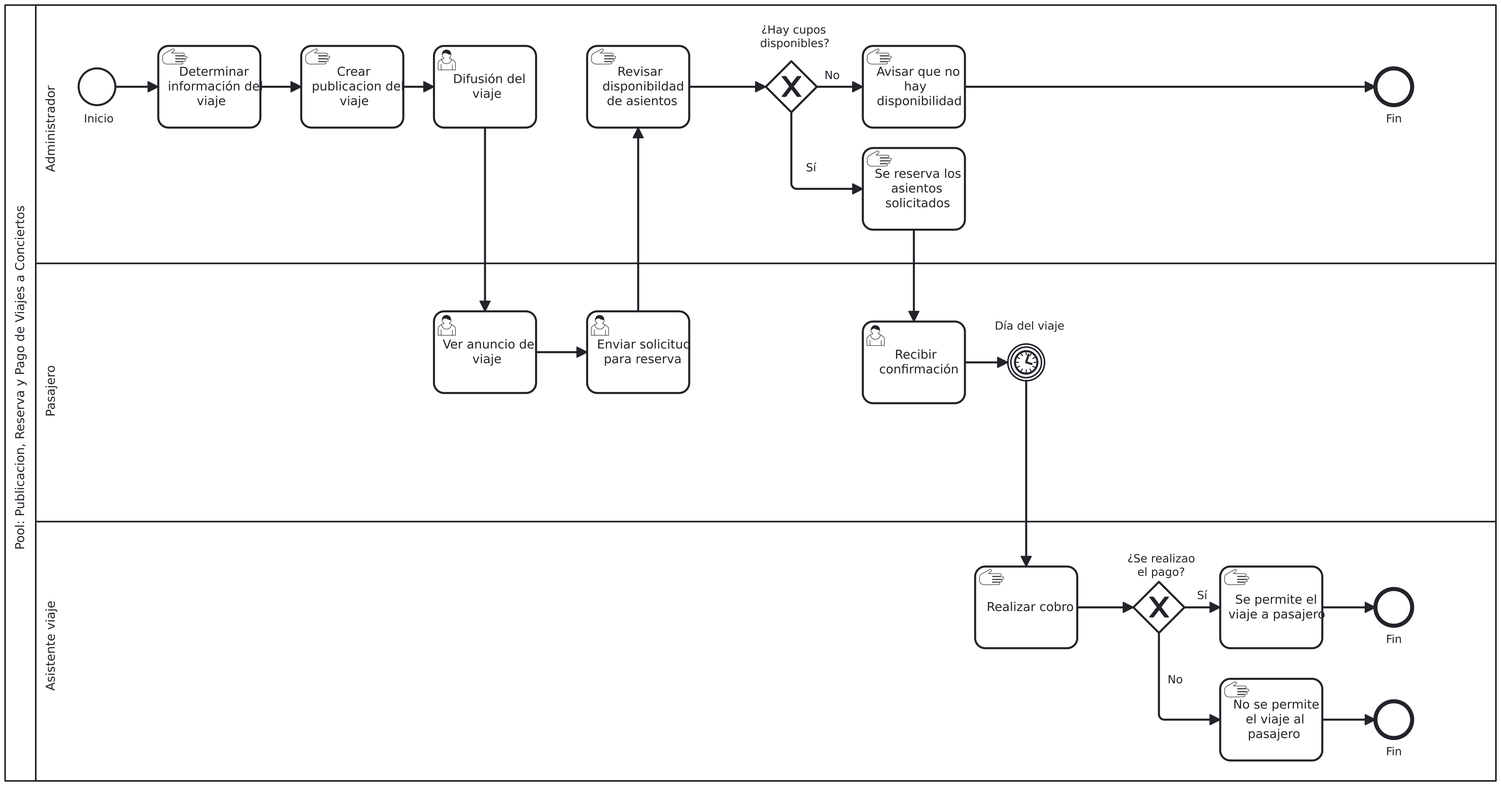
This is diagramas/as-is.png from IngReqGrupo2/Poryecto_TransporteHaciaConcierto, a BPMN export, as it was before one commit. Its source is kept beside it as diagramas/as-is.bpmn. Ids are renumbered.
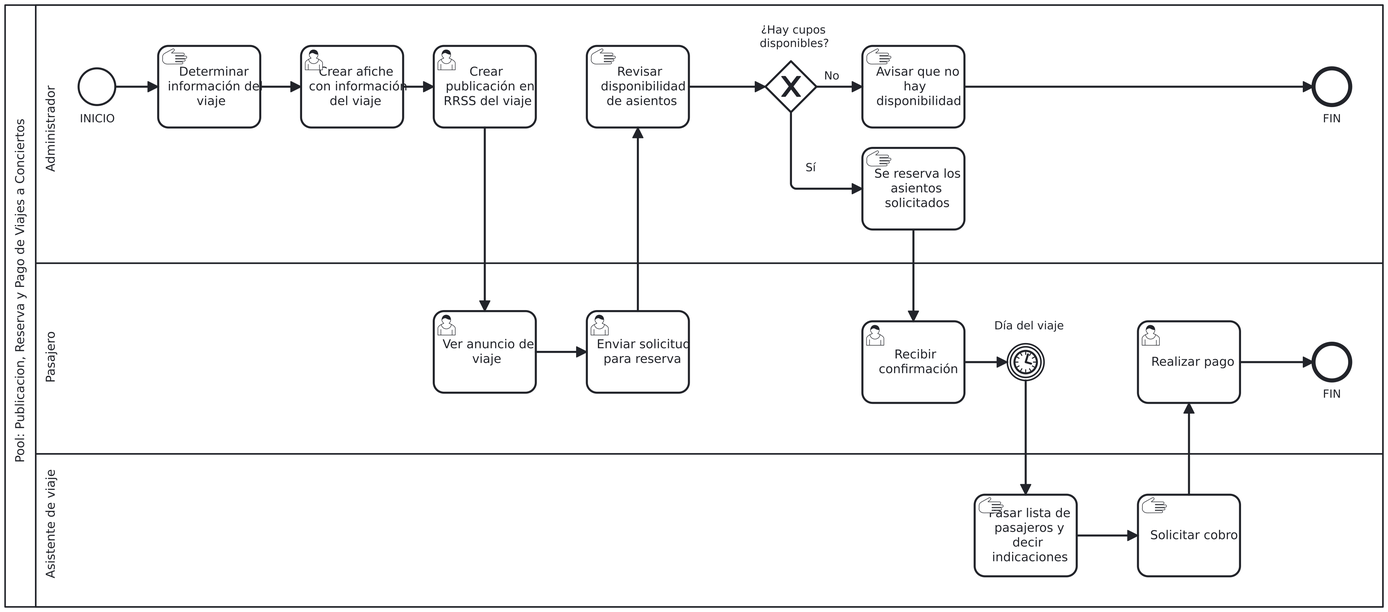
The same file after the commit.

Commit message:
feat: Corrección de los diagramas AS-IS y TO-BE.

The edit, as a diff of the source:
```diff
@@ -1,4 +1,4 @@
-<bpmn:definitions xmlns:xsi="http://www.w3.org/2001/XMLSchema-instance" xmlns:bpmn="http://www.omg.org/spec/BPMN/20100524/MODEL" xmlns:bpmndi="http://www.omg.org/spec/BPMN/20100524/DI" xmlns:dc="http://www.omg.org/spec/DD/20100524/DC" xmlns:di="http://www.omg.org/spec/DD/20100524/DI" id="Definitions_n1" targetNamespace="http://bpmn.io/schema/bpmn" exporter="bpmn-js (https://demo.bpmn.io)" exporterVersion="18.29.0">
+<bpmn:definitions xmlns:xsi="http://www.w3.org/2001/XMLSchema-instance" xmlns:bpmn="http://www.omg.org/spec/BPMN/20100524/MODEL" xmlns:bpmndi="http://www.omg.org/spec/BPMN/20100524/DI" xmlns:dc="http://www.omg.org/spec/DD/20100524/DC" xmlns:di="http://www.omg.org/spec/DD/20100524/DI" id="Definitions_n1" targetNamespace="http://bpmn.io/schema/bpmn" exporter="bpmn-js (https://demo.bpmn.io)" exporterVersion="18.30.1">
   <bpmn:collaboration id="Collaboration_n2">
     <bpmn:participant id="Participant_n3" name="Pool: Publicacion, Reserva y Pago de Viajes a Conciertos" processRef="Process_n4" />
   </bpmn:collaboration>
@@ -7,13 +7,13 @@
       <bpmn:lane id="Lane_n6" name="Administrador">
         <bpmn:flowNodeRef>Event_n7</bpmn:flowNodeRef>
         <bpmn:flowNodeRef>Activity_n8</bpmn:flowNodeRef>
-        <bpmn:flowNodeRef>Activity_n9</bpmn:flowNodeRef>
         <bpmn:flowNodeRef>Activity_n10</bpmn:flowNodeRef>
         <bpmn:flowNodeRef>Gateway_n11</bpmn:flowNodeRef>
         <bpmn:flowNodeRef>Activity_n12</bpmn:flowNodeRef>
         <bpmn:flowNodeRef>Activity_n13</bpmn:flowNodeRef>
         <bpmn:flowNodeRef>Activity_n14</bpmn:flowNodeRef>
         <bpmn:flowNodeRef>Event_n15</bpmn:flowNodeRef>
+        <bpmn:flowNodeRef>Activity_n9</bpmn:flowNodeRef>
         <bpmn:childLaneSet id="LaneSet_n16" />
       </bpmn:lane>
       <bpmn:lane id="Lane_n17" name="Pasajero">
@@ -21,28 +21,22 @@
         <bpmn:flowNodeRef>Event_n19</bpmn:flowNodeRef>
         <bpmn:flowNodeRef>Activity_n20</bpmn:flowNodeRef>
         <bpmn:flowNodeRef>Activity_n21</bpmn:flowNodeRef>
+        <bpmn:flowNodeRef>Activity_n61</bpmn:flowNodeRef>
+        <bpmn:flowNodeRef>Event_n62</bpmn:flowNodeRef>
       </bpmn:lane>
-      <bpmn:lane id="Lane_n22" name="Asistente viaje">
+      <bpmn:lane id="Lane_n22" name="Asistente de viaje">
         <bpmn:flowNodeRef>Activity_n23</bpmn:flowNodeRef>
-        <bpmn:flowNodeRef>Gateway_n24</bpmn:flowNodeRef>
-        <bpmn:flowNodeRef>Activity_n25</bpmn:flowNodeRef>
-        <bpmn:flowNodeRef>Activity_n26</bpmn:flowNodeRef>
-        <bpmn:flowNodeRef>Event_n27</bpmn:flowNodeRef>
-        <bpmn:flowNodeRef>Event_n28</bpmn:flowNodeRef>
+        <bpmn:flowNodeRef>Activity_n63</bpmn:flowNodeRef>
       </bpmn:lane>
     </bpmn:laneSet>
-    <bpmn:startEvent id="Event_n7" name="Inicio">
+    <bpmn:startEvent id="Event_n7" name="INICIO">
       <bpmn:outgoing>Flow_n29</bpmn:outgoing>
     </bpmn:startEvent>
     <bpmn:manualTask id="Activity_n8" name="Determinar información del viaje">
       <bpmn:incoming>Flow_n29</bpmn:incoming>
       <bpmn:outgoing>Flow_n30</bpmn:outgoing>
     </bpmn:manualTask>
-    <bpmn:manualTask id="Activity_n9" name="Crear publicacion del viaje">
-      <bpmn:incoming>Flow_n30</bpmn:incoming>
-      <bpmn:outgoing>Flow_n31</bpmn:outgoing>
-    </bpmn:manualTask>
-    <bpmn:manualTask id="Activity_n10" name="Revisar disponibildad de asientos">
+    <bpmn:manualTask id="Activity_n10" name="Revisar disponibilidad de asientos">
       <bpmn:incoming>Flow_n32</bpmn:incoming>
       <bpmn:outgoing>Flow_n33</bpmn:outgoing>
     </bpmn:manualTask>
@@ -59,11 +53,7 @@
       <bpmn:incoming>Flow_n35</bpmn:incoming>
       <bpmn:outgoing>Flow_n37</bpmn:outgoing>
     </bpmn:manualTask>
-    <bpmn:manualTask id="Activity_n23" name="Realizar cobro">
-      <bpmn:incoming>Flow_n38</bpmn:incoming>
-      <bpmn:outgoing>Flow_n39</bpmn:outgoing>
-    </bpmn:manualTask>
-    <bpmn:userTask id="Activity_n14" name="Difusión del viaje">
+    <bpmn:userTask id="Activity_n14" name="Crear publicación en RRSS del viaje">
       <bpmn:incoming>Flow_n31</bpmn:incoming>
       <bpmn:outgoing>Flow_n40</bpmn:outgoing>
     </bpmn:userTask>
@@ -71,33 +61,11 @@
       <bpmn:incoming>Flow_n41</bpmn:incoming>
       <bpmn:outgoing>Flow_n32</bpmn:outgoing>
     </bpmn:userTask>
-    <bpmn:exclusiveGateway id="Gateway_n24" name="¿Se realizao el pago?">
-      <bpmn:incoming>Flow_n39</bpmn:incoming>
-      <bpmn:outgoing>Flow_n42</bpmn:outgoing>
-      <bpmn:outgoing>Flow_n43</bpmn:outgoing>
-    </bpmn:exclusiveGateway>
-    <bpmn:manualTask id="Activity_n25" name="Se permite el viaje a pasajero">
-      <bpmn:incoming>Flow_n42</bpmn:incoming>
-      <bpmn:outgoing>Flow_n44</bpmn:outgoing>
-    </bpmn:manualTask>
-    <bpmn:manualTask id="Activity_n26" name="No se permite el viaje al pasajero">
-      <bpmn:incoming>Flow_n43</bpmn:incoming>
-      <bpmn:outgoing>Flow_n45</bpmn:outgoing>
-    </bpmn:manualTask>
-    <bpmn:endEvent id="Event_n27" name="Fin">
-      <bpmn:incoming>Flow_n44</bpmn:incoming>
-    </bpmn:endEvent>
-    <bpmn:endEvent id="Event_n28" name="Fin">
-      <bpmn:incoming>Flow_n45</bpmn:incoming>
-    </bpmn:endEvent>
     <bpmn:intermediateCatchEvent id="Event_n19" name="Día del viaje">
       <bpmn:incoming>Flow_n46</bpmn:incoming>
       <bpmn:outgoing>Flow_n38</bpmn:outgoing>
       <bpmn:timerEventDefinition id="TimerEventDefinition_n47" />
     </bpmn:intermediateCatchEvent>
-    <bpmn:endEvent id="Event_n15" name="Fin">
-      <bpmn:incoming>Flow_n36</bpmn:incoming>
-    </bpmn:endEvent>
     <bpmn:userTask id="Activity_n20" name="Ver anuncio del viaje">
       <bpmn:incoming>Flow_n40</bpmn:incoming>
       <bpmn:outgoing>Flow_n41</bpmn:outgoing>
@@ -111,53 +79,71 @@
     <bpmn:sequenceFlow id="Flow_n31" sourceRef="Activity_n9" targetRef="Activity_n14" />
     <bpmn:sequenceFlow id="Flow_n32" sourceRef="Activity_n18" targetRef="Activity_n10" />
     <bpmn:sequenceFlow id="Flow_n33" sourceRef="Activity_n10" targetRef="Gateway_n11" />
-    <bpmn:sequenceFlow id="Flow_n34" name="Sí" sourceRef="Gateway_n11" targetRef="Activity_n12" />
-    <bpmn:sequenceFlow id="Flow_n35" name="No" sourceRef="Gateway_n11" targetRef="Activity_n13" />
+    <bpmn:sequenceFlow id="Flow_n34" name="NO" sourceRef="Gateway_n11" targetRef="Activity_n12" />
+    <bpmn:sequenceFlow id="Flow_n35" name="SI" sourceRef="Gateway_n11" targetRef="Activity_n13" />
     <bpmn:sequenceFlow id="Flow_n36" sourceRef="Activity_n12" targetRef="Event_n15" />
     <bpmn:sequenceFlow id="Flow_n37" sourceRef="Activity_n13" targetRef="Activity_n21" />
     <bpmn:sequenceFlow id="Flow_n38" sourceRef="Event_n19" targetRef="Activity_n23" />
-    <bpmn:sequenceFlow id="Flow_n39" sourceRef="Activity_n23" targetRef="Gateway_n24" />
     <bpmn:sequenceFlow id="Flow_n40" sourceRef="Activity_n14" targetRef="Activity_n20" />
     <bpmn:sequenceFlow id="Flow_n41" sourceRef="Activity_n20" targetRef="Activity_n18" />
-    <bpmn:sequenceFlow id="Flow_n42" name="Sí" sourceRef="Gateway_n24" targetRef="Activity_n25" />
-    <bpmn:sequenceFlow id="Flow_n43" name="No" sourceRef="Gateway_n24" targetRef="Activity_n26" />
-    <bpmn:sequenceFlow id="Flow_n44" sourceRef="Activity_n25" targetRef="Event_n27" />
-    <bpmn:sequenceFlow id="Flow_n45" sourceRef="Activity_n26" targetRef="Event_n28" />
     <bpmn:sequenceFlow id="Flow_n46" sourceRef="Activity_n21" targetRef="Event_n19" />
+    <bpmn:userTask id="Activity_n61" name="Realizar pago">
+      <bpmn:incoming>Flow_n64</bpmn:incoming>
+      <bpmn:outgoing>Flow_n65</bpmn:outgoing>
+    </bpmn:userTask>
+    <bpmn:sequenceFlow id="Flow_n65" sourceRef="Activity_n61" targetRef="Event_n62" />
+    <bpmn:sequenceFlow id="Flow_n64" sourceRef="Activity_n63" targetRef="Activity_n61" />
+    <bpmn:endEvent id="Event_n62" name="FIN">
+      <bpmn:incoming>Flow_n65</bpmn:incoming>
+    </bpmn:endEvent>
+    <bpmn:endEvent id="Event_n15" name="FIN">
+      <bpmn:incoming>Flow_n36</bpmn:incoming>
+    </bpmn:endEvent>
+    <bpmn:userTask id="Activity_n9" name="Crear afiche con información del viaje">
+      <bpmn:incoming>Flow_n30</bpmn:incoming>
+      <bpmn:outgoing>Flow_n31</bpmn:outgoing>
+    </bpmn:userTask>
+    <bpmn:manualTask id="Activity_n23" name="Pasar lista de pasajeros y decir indicaciones">
+      <bpmn:incoming>Flow_n38</bpmn:incoming>
+      <bpmn:outgoing>Flow_n66</bpmn:outgoing>
+    </bpmn:manualTask>
+    <bpmn:manualTask id="Activity_n63" name="Solicitar cobro">
+      <bpmn:incoming>Flow_n66</bpmn:incoming>
+      <bpmn:outgoing>Flow_n64</bpmn:outgoing>
+    </bpmn:manualTask>
+    <bpmn:sequenceFlow id="Flow_n66" sourceRef="Activity_n23" targetRef="Activity_n63" />
   </bpmn:process>
   <bpmndi:BPMNDiagram id="BPMNDiagram_1">
     <bpmndi:BPMNPlane id="BPMNPlane_1" bpmnElement="Collaboration_n2">
       <bpmndi:BPMNShape id="Participant_n3_di" bpmnElement="Participant_n3" isHorizontal="true">
-        <dc:Bounds x="160" y="120" width="1460" height="760" />
+        <dc:Bounds x="160" y="120" width="1350" height="590" />
+        <bpmndi:BPMNLabel />
+      </bpmndi:BPMNShape>
+      <bpmndi:BPMNShape id="Lane_n22_di" bpmnElement="Lane_n22" isHorizontal="true">
+        <dc:Bounds x="190" y="560" width="1320" height="150" />
+        <bpmndi:BPMNLabel />
+      </bpmndi:BPMNShape>
+      <bpmndi:BPMNShape id="Lane_n17_di" bpmnElement="Lane_n17" isHorizontal="true">
+        <dc:Bounds x="190" y="373" width="1320" height="187" />
         <bpmndi:BPMNLabel />
       </bpmndi:BPMNShape>
       <bpmndi:BPMNShape id="Lane_n6_di" bpmnElement="Lane_n6" isHorizontal="true">
-        <dc:Bounds x="190" y="120" width="1430" height="253" />
-        <bpmndi:BPMNLabel />
-      </bpmndi:BPMNShape>
-      <bpmndi:BPMNShape id="Lane_n17_di" bpmnElement="Lane_n17" isHorizontal="true">
-        <dc:Bounds x="190" y="373" width="1430" height="253" />
-        <bpmndi:BPMNLabel />
-      </bpmndi:BPMNShape>
-      <bpmndi:BPMNShape id="Lane_n22_di" bpmnElement="Lane_n22" isHorizontal="true">
-        <dc:Bounds x="190" y="626" width="1430" height="254" />
+        <dc:Bounds x="190" y="120" width="1320" height="253" />
         <bpmndi:BPMNLabel />
       </bpmndi:BPMNShape>
       <bpmndi:BPMNShape id="BPMNShape_n48" bpmnElement="Event_n7">
         <dc:Bounds x="232" y="182" width="36" height="36" />
         <bpmndi:BPMNLabel>
-          <dc:Bounds x="237" y="225" width="26" height="14" />
+          <dc:Bounds x="233" y="225" width="34" height="14" />
         </bpmndi:BPMNLabel>
       </bpmndi:BPMNShape>
       <bpmndi:BPMNShape id="BPMNShape_n49" bpmnElement="Activity_n8">
         <dc:Bounds x="310" y="160" width="100" height="80" />
         <bpmndi:BPMNLabel />
       </bpmndi:BPMNShape>
-      <bpmndi:BPMNShape id="BPMNShape_n50" bpmnElement="Activity_n9">
-        <dc:Bounds x="450" y="160" width="100" height="80" />
-      </bpmndi:BPMNShape>
       <bpmndi:BPMNShape id="BPMNShape_n51" bpmnElement="Activity_n10">
         <dc:Bounds x="730" y="160" width="100" height="80" />
+        <bpmndi:BPMNLabel />
       </bpmndi:BPMNShape>
       <bpmndi:BPMNShape id="BPMNShape_n52" bpmnElement="Gateway_n11" isMarkerVisible="true">
         <dc:Bounds x="905" y="175" width="50" height="50" />
@@ -173,38 +159,12 @@
         <dc:Bounds x="1000" y="260" width="100" height="80" />
         <bpmndi:BPMNLabel />
       </bpmndi:BPMNShape>
-      <bpmndi:BPMNShape id="BPMNShape_n55" bpmnElement="Activity_n23">
-        <dc:Bounds x="1110" y="670" width="100" height="80" />
-      </bpmndi:BPMNShape>
       <bpmndi:BPMNShape id="Activity_0b04aei_di" bpmnElement="Activity_n14">
         <dc:Bounds x="580" y="160" width="100" height="80" />
+        <bpmndi:BPMNLabel />
       </bpmndi:BPMNShape>
       <bpmndi:BPMNShape id="Activity_1jx77d9_di" bpmnElement="Activity_n18">
         <dc:Bounds x="730" y="420" width="100" height="80" />
-      </bpmndi:BPMNShape>
-      <bpmndi:BPMNShape id="BPMNShape_n56" bpmnElement="Gateway_n24" isMarkerVisible="true">
-        <dc:Bounds x="1265" y="685" width="50" height="50" />
-        <bpmndi:BPMNLabel>
-          <dc:Bounds x="1253" y="656" width="74" height="27" />
-        </bpmndi:BPMNLabel>
-      </bpmndi:BPMNShape>
-      <bpmndi:BPMNShape id="BPMNShape_n57" bpmnElement="Activity_n25">
-        <dc:Bounds x="1350" y="670" width="100" height="80" />
-      </bpmndi:BPMNShape>
-      <bpmndi:BPMNShape id="BPMNShape_n58" bpmnElement="Activity_n26">
-        <dc:Bounds x="1350" y="780" width="100" height="80" />
-      </bpmndi:BPMNShape>
-      <bpmndi:BPMNShape id="BPMNShape_n59" bpmnElement="Event_n27">
-        <dc:Bounds x="1502" y="692" width="36" height="36" />
-        <bpmndi:BPMNLabel>
-          <dc:Bounds x="1512" y="735" width="16" height="14" />
-        </bpmndi:BPMNLabel>
-      </bpmndi:BPMNShape>
-      <bpmndi:BPMNShape id="BPMNShape_n60" bpmnElement="Event_n28">
-        <dc:Bounds x="1502" y="802" width="36" height="36" />
-        <bpmndi:BPMNLabel>
-          <dc:Bounds x="1512" y="845" width="16" height="14" />
-        </bpmndi:BPMNLabel>
       </bpmndi:BPMNShape>
       <bpmndi:BPMNShape id="Event_n19_di" bpmnElement="Event_n19">
         <dc:Bounds x="1142" y="452" width="36" height="36" />
@@ -212,17 +172,37 @@
           <dc:Bounds x="1129" y="428" width="61" height="14" />
         </bpmndi:BPMNLabel>
       </bpmndi:BPMNShape>
-      <bpmndi:BPMNShape id="Event_n15_di" bpmnElement="Event_n15">
-        <dc:Bounds x="1502" y="182" width="36" height="36" />
-        <bpmndi:BPMNLabel>
-          <dc:Bounds x="1512" y="225" width="16" height="14" />
-        </bpmndi:BPMNLabel>
-      </bpmndi:BPMNShape>
       <bpmndi:BPMNShape id="Activity_0opr8by_di" bpmnElement="Activity_n20">
         <dc:Bounds x="580" y="420" width="100" height="80" />
       </bpmndi:BPMNShape>
       <bpmndi:BPMNShape id="Activity_1xe1p27_di" bpmnElement="Activity_n21">
         <dc:Bounds x="1000" y="430" width="100" height="80" />
+      </bpmndi:BPMNShape>
+      <bpmndi:BPMNShape id="Activity_0cm1nwl_di" bpmnElement="Activity_n61">
+        <dc:Bounds x="1270" y="430" width="100" height="80" />
+      </bpmndi:BPMNShape>
+      <bpmndi:BPMNShape id="Event_n62_di" bpmnElement="Event_n62">
+        <dc:Bounds x="1442" y="452" width="36" height="36" />
+        <bpmndi:BPMNLabel>
+          <dc:Bounds x="1451" y="495" width="18" height="14" />
+        </bpmndi:BPMNLabel>
+      </bpmndi:BPMNShape>
+      <bpmndi:BPMNShape id="Event_n15_di" bpmnElement="Event_n15">
+        <dc:Bounds x="1442" y="182" width="36" height="36" />
+        <bpmndi:BPMNLabel>
+          <dc:Bounds x="1451" y="225" width="18" height="14" />
+        </bpmndi:BPMNLabel>
+      </bpmndi:BPMNShape>
+      <bpmndi:BPMNShape id="Activity_1ppp98l_di" bpmnElement="Activity_n9">
+        <dc:Bounds x="450" y="160" width="100" height="80" />
+        <bpmndi:BPMNLabel />
+      </bpmndi:BPMNShape>
+      <bpmndi:BPMNShape id="BPMNShape_n55" bpmnElement="Activity_n23">
+        <dc:Bounds x="1110" y="600" width="100" height="80" />
+        <bpmndi:BPMNLabel />
+      </bpmndi:BPMNShape>
+      <bpmndi:BPMNShape id="Activity_158idlp_di" bpmnElement="Activity_n63">
+        <dc:Bounds x="1270" y="600" width="100" height="80" />
       </bpmndi:BPMNShape>
       <bpmndi:BPMNEdge id="Flow_n29_di" bpmnElement="Flow_n29">
         <di:waypoint x="268" y="200" />
@@ -236,14 +216,6 @@
         <di:waypoint x="550" y="200" />
         <di:waypoint x="580" y="200" />
       </bpmndi:BPMNEdge>
-      <bpmndi:BPMNEdge id="Flow_n40_di" bpmnElement="Flow_n40">
-        <di:waypoint x="630" y="240" />
-        <di:waypoint x="630" y="420" />
-      </bpmndi:BPMNEdge>
-      <bpmndi:BPMNEdge id="Flow_n41_di" bpmnElement="Flow_n41">
-        <di:waypoint x="680" y="460" />
-        <di:waypoint x="730" y="460" />
-      </bpmndi:BPMNEdge>
       <bpmndi:BPMNEdge id="Flow_n32_di" bpmnElement="Flow_n32">
         <di:waypoint x="780" y="420" />
         <di:waypoint x="780" y="240" />
@@ -256,7 +228,7 @@
         <di:waypoint x="955" y="200" />
         <di:waypoint x="1000" y="200" />
         <bpmndi:BPMNLabel>
-          <dc:Bounds x="944" y="273" width="11" height="14" />
+          <dc:Bounds x="969" y="182" width="17" height="14" />
         </bpmndi:BPMNLabel>
       </bpmndi:BPMNEdge>
       <bpmndi:BPMNEdge id="Flow_n35_di" bpmnElement="Flow_n35">
@@ -264,12 +236,12 @@
         <di:waypoint x="930" y="300" />
         <di:waypoint x="1000" y="300" />
         <bpmndi:BPMNLabel>
-          <dc:Bounds x="962" y="182.5" width="15" height="14" />
+          <dc:Bounds x="940" y="259.5" width="11" height="14" />
         </bpmndi:BPMNLabel>
       </bpmndi:BPMNEdge>
       <bpmndi:BPMNEdge id="Flow_n36_di" bpmnElement="Flow_n36">
         <di:waypoint x="1100" y="200" />
-        <di:waypoint x="1502" y="200" />
+        <di:waypoint x="1442" y="200" />
       </bpmndi:BPMNEdge>
       <bpmndi:BPMNEdge id="Flow_n37_di" bpmnElement="Flow_n37">
         <di:waypoint x="1050" y="340" />
@@ -277,39 +249,32 @@
       </bpmndi:BPMNEdge>
       <bpmndi:BPMNEdge id="Flow_n38_di" bpmnElement="Flow_n38">
         <di:waypoint x="1160" y="488" />
-        <di:waypoint x="1160" y="670" />
+        <di:waypoint x="1160" y="600" />
       </bpmndi:BPMNEdge>
-      <bpmndi:BPMNEdge id="Flow_n39_di" bpmnElement="Flow_n39">
-        <di:waypoint x="1210" y="710" />
-        <di:waypoint x="1265" y="710" />
+      <bpmndi:BPMNEdge id="Flow_n40_di" bpmnElement="Flow_n40">
+        <di:waypoint x="630" y="240" />
+        <di:waypoint x="630" y="420" />
       </bpmndi:BPMNEdge>
-      <bpmndi:BPMNEdge id="Flow_n42_di" bpmnElement="Flow_n42">
-        <di:waypoint x="1315" y="710" />
-        <di:waypoint x="1350" y="710" />
-        <bpmndi:BPMNLabel>
-          <dc:Bounds x="1327" y="692" width="11" height="14" />
-        </bpmndi:BPMNLabel>
-      </bpmndi:BPMNEdge>
-      <bpmndi:BPMNEdge id="Flow_n43_di" bpmnElement="Flow_n43">
-        <di:waypoint x="1290" y="735" />
-        <di:waypoint x="1290" y="820" />
-        <di:waypoint x="1350" y="820" />
-        <bpmndi:BPMNLabel>
-          <dc:Bounds x="1298" y="774.5" width="15" height="14" />
-        </bpmndi:BPMNLabel>
-      </bpmndi:BPMNEdge>
-      <bpmndi:BPMNEdge id="Flow_n44_di" bpmnElement="Flow_n44">
-        <di:waypoint x="1450" y="710" />
-        <di:waypoint x="1502" y="710" />
-      </bpmndi:BPMNEdge>
-      <bpmndi:BPMNEdge id="Flow_n45_di" bpmnElement="Flow_n45">
-        <di:waypoint x="1450" y="820" />
-        <di:waypoint x="1502" y="820" />
+      <bpmndi:BPMNEdge id="Flow_n41_di" bpmnElement="Flow_n41">
+        <di:waypoint x="680" y="460" />
+        <di:waypoint x="730" y="460" />
       </bpmndi:BPMNEdge>
       <bpmndi:BPMNEdge id="Flow_n46_di" bpmnElement="Flow_n46">
         <di:waypoint x="1100" y="470" />
         <di:waypoint x="1142" y="470" />
       </bpmndi:BPMNEdge>
+      <bpmndi:BPMNEdge id="Flow_n65_di" bpmnElement="Flow_n65">
+        <di:waypoint x="1370" y="470" />
+        <di:waypoint x="1442" y="470" />
+      </bpmndi:BPMNEdge>
+      <bpmndi:BPMNEdge id="Flow_n64_di" bpmnElement="Flow_n64">
+        <di:waypoint x="1320" y="600" />
+        <di:waypoint x="1320" y="510" />
+      </bpmndi:BPMNEdge>
+      <bpmndi:BPMNEdge id="Flow_n66_di" bpmnElement="Flow_n66">
+        <di:waypoint x="1210" y="640" />
+        <di:waypoint x="1270" y="640" />
+      </bpmndi:BPMNEdge>
     </bpmndi:BPMNPlane>
   </bpmndi:BPMNDiagram>
 </bpmn:definitions>
```
